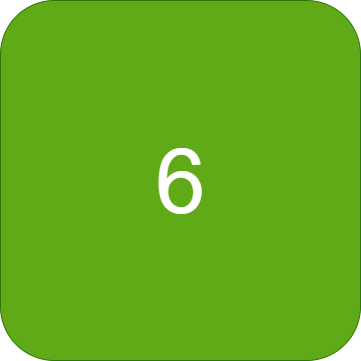
Above: Rush Hour Main/assets/MapButtons/6(B).png in zintom69/Game-Rush-Hour (draw.io), before the change. Source tidied: cells renumbered, new cells last; positions are measured from the earlier drawing's top-left corner, leaving out a move shared by most shapes.
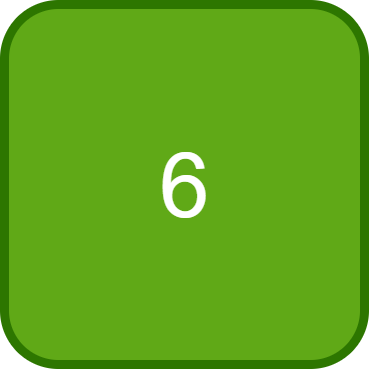
After the change.

What changed in the source:
```diff
@@ -2,7 +2,7 @@
   <root>
     <mxCell id="0" />
     <mxCell id="1" parent="0" />
-    <mxCell id="2" value="&lt;span style=&quot;font-size: 90px;&quot;&gt;6&lt;/span&gt;" style="rounded=1;whiteSpace=wrap;html=1;fillColor=#60a917;fontColor=#ffffff;strokeColor=#2D7600;" parent="1" vertex="1">
+    <mxCell id="2" value="&lt;span style=&quot;font-size: 90px;&quot;&gt;6&lt;/span&gt;" style="rounded=1;whiteSpace=wrap;html=1;strokeWidth=9;fillColor=#60a917;fontColor=#ffffff;strokeColor=#2D7600;" parent="1" vertex="1">
       <mxGeometry width="360" height="360" as="geometry" />
     </mxCell>
   </root>
```
